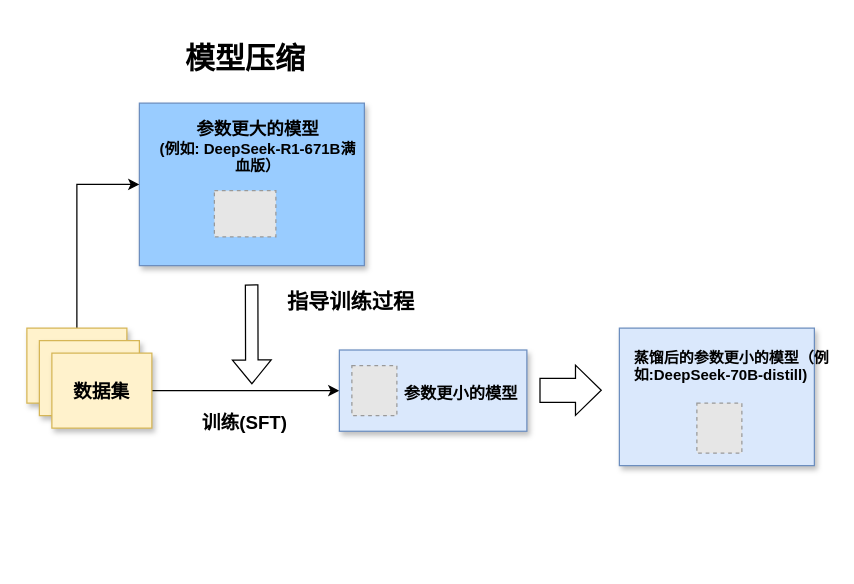
This is assets/模型压缩和模型增强.drawio from ShizhongP/dl-notes, a draw.io file, before an edit. Source tidied: cells renumbered, new cells numbered last; positions are measured from the earlier drawing's top-left corner, leaving out a move shared by most shapes. Both pictures are drawn from the tidied source at 125%, with x=0, y=0 at pixel (26, 21). Pictures stored in the file or linked from it are replaced by grey dashed boxes.
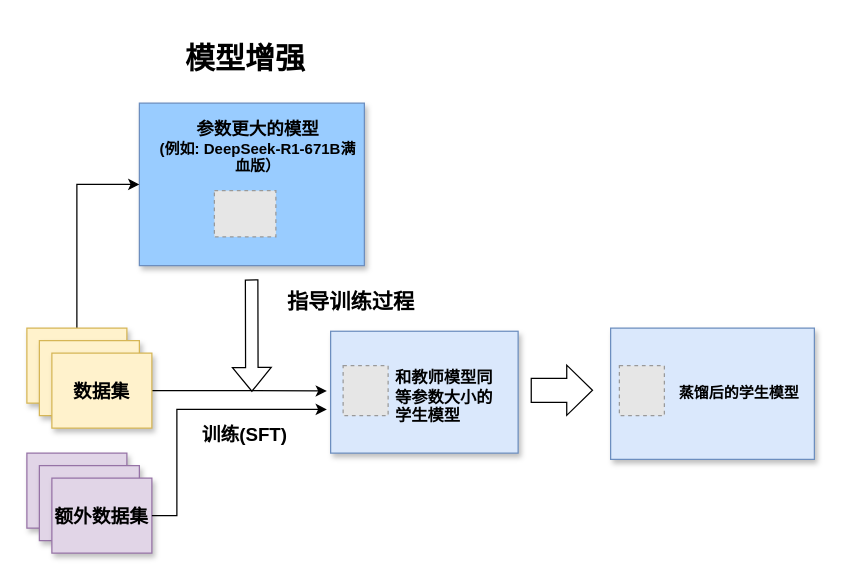
The same page after the edit.

Commit message (it also covers changes not shown here):
更新模型压缩和模型增强.drawio

The change refers to these unchanged cells:
```xml
<mxCell id="9" value="&lt;font style=&quot;font-size: 15px;&quot;&gt;&lt;b&gt;数据集&lt;/b&gt;&lt;/font&gt;" style="rounded=0;whiteSpace=wrap;html=1;fillColor=#fff2cc;strokeColor=#d6b656;shadow=1;" parent="1" vertex="1">
  <mxGeometry x="20" y="265" width="80" height="60" as="geometry" />
</mxCell>
```

What changed in the source:
```diff
@@
-    <mxCell id="8" style="edgeStyle=orthogonalEdgeStyle;rounded=0;jettySize=auto;html=1;exitX=1;exitY=0.5;exitDx=0;exitDy=0;entryX=0;entryY=0.5;entryDx=0;entryDy=0;" parent="1" edge="1" source="9" target="10">
-      <mxGeometry relative="1" as="geometry" />
-    </mxCell>
+    <mxCell id="21" style="edgeStyle=orthogonalEdgeStyle;rounded=0;jettySize=auto;html=1;exitX=1;exitY=0.5;exitDx=0;exitDy=0;" parent="1" edge="1" source="9">
+      <mxGeometry relative="1" as="geometry">
+        <mxPoint x="240" y="295.3" as="targetPoint" />
+      </mxGeometry>
+    </mxCell>
@@
-    <mxCell id="10" style="rounded=0;whiteSpace=wrap;html=1;fillColor=#dae8fc;strokeColor=#6c8ebf;shadow=1;" parent="1" vertex="1">
-      <mxGeometry x="250" y="262.5" width="150" height="65" as="geometry" />
-    </mxCell>
-    <mxCell id="11" style="fillColor=#E6E6E6;strokeColor=#999999;dashed=1;verticalLabelPosition=bottom;labelBackgroundColor=default;verticalAlign=top;" parent="1" vertex="1">
-      <mxGeometry x="260" y="275" width="36" height="40" as="geometry" />
-    </mxCell>
-    <mxCell id="12" value="&lt;font style=&quot;font-size: 13px;&quot;&gt;&lt;b&gt;参数更小的模型&lt;/b&gt;&lt;/font&gt;" style="text;whiteSpace=wrap;html=1;" parent="1" vertex="1">
-      <mxGeometry x="299.6" y="282.5" width="100.4" height="35" as="geometry" />
-    </mxCell>
-    <mxCell id="13" value="&lt;font style=&quot;font-size: 24px;&quot;&gt;&lt;b&gt;模型压缩&lt;/b&gt;&lt;/font&gt;" style="text;html=1;align=center;verticalAlign=middle;whiteSpace=wrap;rounded=0;" parent="1" vertex="1">
-      <mxGeometry x="69.6" width="210" height="60" as="geometry" />
-    </mxCell>
-    <mxCell id="14" style="shape=flexArrow;endArrow=classic;html=1;rounded=0;" parent="1" edge="1">
-      <mxGeometry relative="1" as="geometry">
-        <mxPoint x="179.8" y="210" as="sourcePoint" />
-        <mxPoint x="180" y="290" as="targetPoint" />
-      </mxGeometry>
-    </mxCell>
+    <mxCell id="22" style="rounded=0;whiteSpace=wrap;html=1;fillColor=#dae8fc;strokeColor=#6c8ebf;shadow=1;" parent="1" vertex="1">
+      <mxGeometry x="243" y="247.5" width="150" height="97.5" as="geometry" />
+    </mxCell>
+    <mxCell id="23" style="fillColor=#E6E6E6;strokeColor=#999999;dashed=1;verticalLabelPosition=bottom;labelBackgroundColor=default;verticalAlign=top;" parent="1" vertex="1">
+      <mxGeometry x="253" y="275" width="36" height="40" as="geometry" />
+    </mxCell>
+    <mxCell id="24" value="&lt;font style=&quot;font-size: 13px;&quot;&gt;&lt;b&gt;和教师模型同等参数大小的学生模型&lt;/b&gt;&lt;/font&gt;" style="text;whiteSpace=wrap;html=1;" parent="1" vertex="1">
+      <mxGeometry x="292.6" y="270" width="90.4" height="60" as="geometry" />
+    </mxCell>
+    <mxCell id="25" value="&lt;font style=&quot;font-size: 24px;&quot;&gt;&lt;b&gt;模型增强&lt;/b&gt;&lt;/font&gt;" style="text;html=1;align=center;verticalAlign=middle;whiteSpace=wrap;rounded=0;" parent="1" vertex="1">
+      <mxGeometry x="69.6" width="210" height="60" as="geometry" />
+    </mxCell>
+    <mxCell id="26" style="shape=flexArrow;endArrow=classic;html=1;rounded=0;" parent="1" edge="1">
+      <mxGeometry relative="1" as="geometry">
+        <mxPoint x="179.8" y="206" as="sourcePoint" />
+        <mxPoint x="180" y="296" as="targetPoint" />
+      </mxGeometry>
+    </mxCell>
@@
     <mxCell id="16" value="&lt;b&gt;&lt;font style=&quot;font-size: 15px;&quot;&gt;训练(SFT)&lt;/font&gt;&lt;/b&gt;" style="text;html=1;align=center;verticalAlign=middle;whiteSpace=wrap;rounded=0;" parent="1" vertex="1">
-      <mxGeometry x="127.1" y="305" width="95" height="30" as="geometry" />
+      <mxGeometry x="127.1" y="315" width="95" height="30" as="geometry" />
     </mxCell>
-    <mxCell id="17" style="rounded=0;whiteSpace=wrap;html=1;fillColor=#dae8fc;strokeColor=#6c8ebf;shadow=1;" parent="1" vertex="1">
-      <mxGeometry x="474" y="245" width="156" height="110" as="geometry" />
-    </mxCell>
-    <mxCell id="18" style="fillColor=#E6E6E6;strokeColor=#999999;dashed=1;verticalLabelPosition=bottom;labelBackgroundColor=default;verticalAlign=top;" parent="1" vertex="1">
-      <mxGeometry x="536" y="305" width="36" height="40" as="geometry" />
-    </mxCell>
-    <mxCell id="19" value="&lt;b&gt;蒸馏后的参数更小的模型（例如:DeepSeek-70B-distill)&lt;/b&gt;" style="text;whiteSpace=wrap;html=1;" parent="1" vertex="1">
-      <mxGeometry x="484" y="255" width="160" height="40" as="geometry" />
-    </mxCell>
-    <mxCell id="20" style="shape=flexArrow;endArrow=classic;html=1;rounded=0;width=19.2;endSize=6.536;" parent="1" edge="1">
-      <mxGeometry relative="1" as="geometry">
-        <mxPoint x="410" y="294.7" as="sourcePoint" />
-        <mxPoint x="460" y="294.7" as="targetPoint" />
-      </mxGeometry>
-    </mxCell>
+    <mxCell id="27" style="rounded=0;whiteSpace=wrap;html=1;fillColor=#dae8fc;strokeColor=#6c8ebf;shadow=1;" parent="1" vertex="1">
+      <mxGeometry x="467" y="245" width="163" height="105" as="geometry" />
+    </mxCell>
+    <mxCell id="28" style="fillColor=#E6E6E6;strokeColor=#999999;dashed=1;verticalLabelPosition=bottom;labelBackgroundColor=default;verticalAlign=top;" parent="1" vertex="1">
+      <mxGeometry x="474" y="275" width="36" height="40" as="geometry" />
+    </mxCell>
+    <mxCell id="29" value="&lt;b&gt;蒸馏后的学生模型&lt;/b&gt;" style="text;whiteSpace=wrap;html=1;" parent="1" vertex="1">
+      <mxGeometry x="520" y="282.5" width="103" height="35" as="geometry" />
+    </mxCell>
+    <mxCell id="30" style="shape=flexArrow;endArrow=classic;html=1;rounded=0;width=19.2;endSize=6.536;" parent="1" edge="1">
+      <mxGeometry relative="1" as="geometry">
+        <mxPoint x="403" y="294.7" as="sourcePoint" />
+        <mxPoint x="453" y="294.7" as="targetPoint" />
+      </mxGeometry>
+    </mxCell>
+    <mxCell id="31" style="rounded=0;whiteSpace=wrap;html=1;fillColor=#e1d5e7;strokeColor=#9673a6;shadow=1;" parent="1" vertex="1">
+      <mxGeometry y="345" width="80" height="60" as="geometry" />
+    </mxCell>
+    <mxCell id="32" style="rounded=0;whiteSpace=wrap;html=1;fillColor=#e1d5e7;strokeColor=#9673a6;shadow=1;" parent="1" vertex="1">
+      <mxGeometry x="10" y="355" width="80" height="60" as="geometry" />
+    </mxCell>
+    <mxCell id="33" value="&lt;font style=&quot;font-size: 15px;&quot;&gt;&lt;b&gt;额外数据集&lt;/b&gt;&lt;/font&gt;" style="rounded=0;whiteSpace=wrap;html=1;fillColor=#e1d5e7;strokeColor=#9673a6;shadow=1;" parent="1" vertex="1">
+      <mxGeometry x="20" y="365" width="80" height="60" as="geometry" />
+    </mxCell>
+    <mxCell id="34" style="edgeStyle=orthogonalEdgeStyle;rounded=0;jettySize=auto;html=1;exitX=1;exitY=0.5;exitDx=0;exitDy=0;" parent="1" edge="1" source="33">
+      <mxGeometry relative="1" as="geometry">
+        <mxPoint x="240" y="310" as="targetPoint" />
+        <Array as="points">
+          <mxPoint x="120" y="395" />
+          <mxPoint x="120" y="310" />
+        </Array>
+      </mxGeometry>
+    </mxCell>
```
